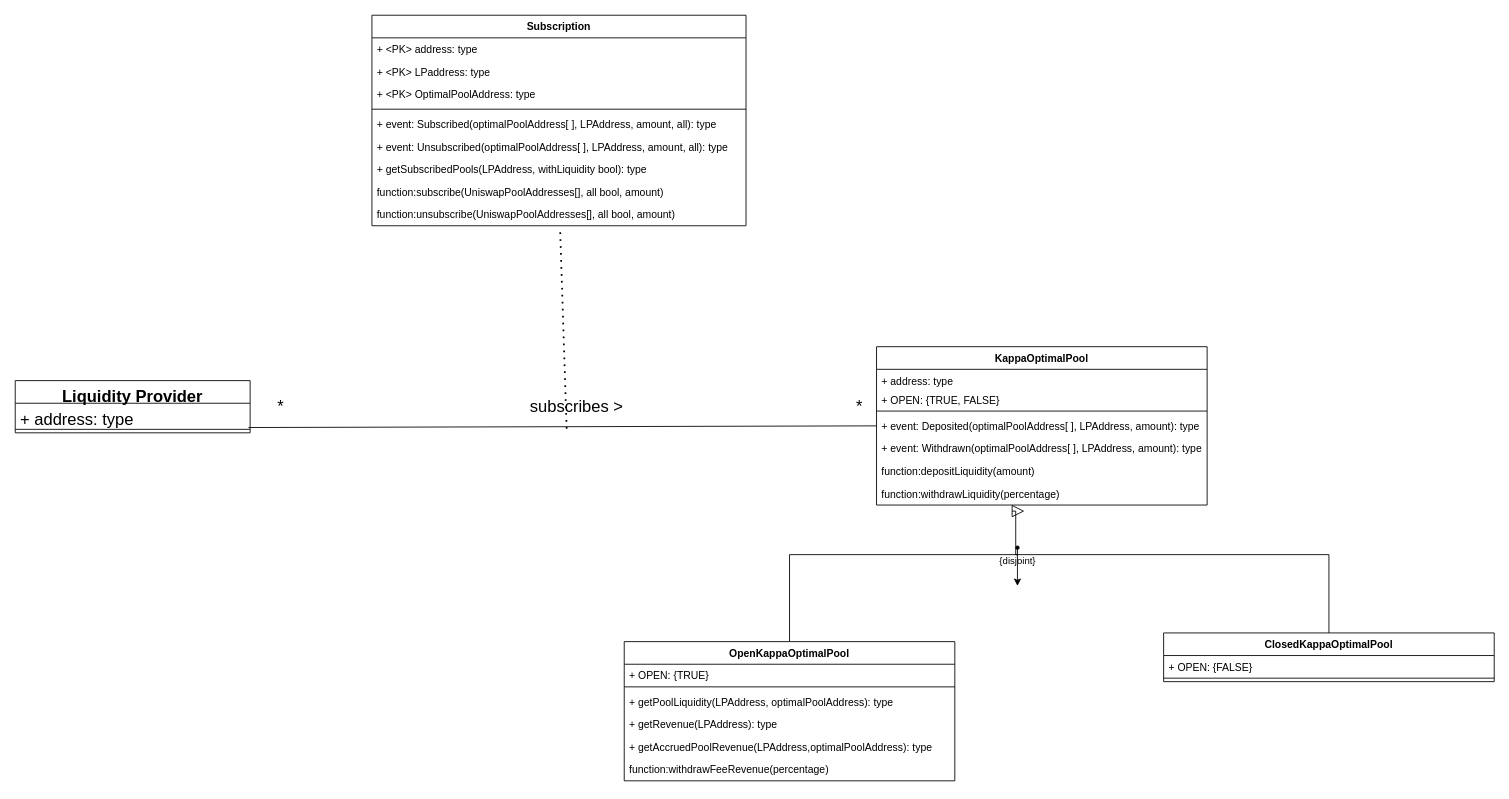
The draw.io diagram docs/behaviorSemantics/diagrams/entityRelationshipDiagrams/liquidityManagement.drawio in JMSBPP/Kappa-AMM-Adaptive-CFMM-with-Oracle-Based-Curvature-Adjustment, before the edit. Source tidied: cells renumbered, new cells numbered last; positions are measured from the earlier drawing's top-left corner, leaving out a move shared by most shapes. Both pictures are drawn from the tidied source at 87%, with x=0, y=0 at pixel (15, 15).
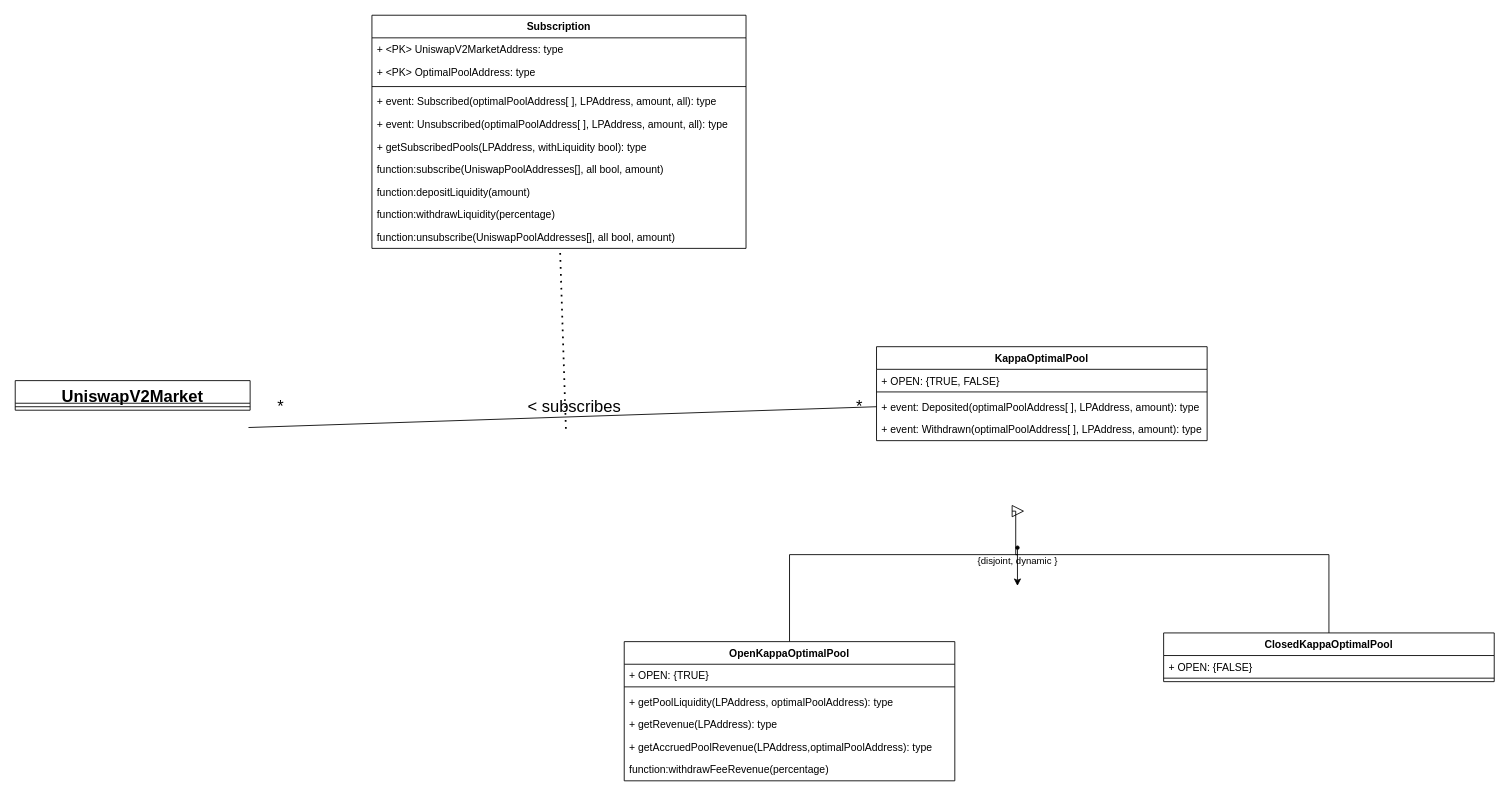
Above is the later version.

Diff of the diagram source:
```diff
@@
     <mxCell id="2" value="KappaOptimalPool" style="swimlane;fontStyle=1;align=center;verticalAlign=top;horizontal=1;startSize=26;" parent="1" vertex="1">
-      <mxGeometry x="990" y="381" width="380" height="182" as="geometry" />
+      <mxGeometry x="990" y="381" width="380" height="108" as="geometry" />
     </mxCell>
-    <mxCell id="3" value="+ address: type" style="text;strokeColor=none;fillColor=none;align=left;verticalAlign=top;spacingLeft=4;spacingRight=4;overflow=hidden;" parent="2" vertex="1">
-      <mxGeometry y="26" width="380" height="22" as="geometry" />
-    </mxCell>
     <mxCell id="4" value="+ OPEN: {TRUE, FALSE}" style="text;strokeColor=none;fillColor=none;align=left;verticalAlign=top;spacingLeft=4;spacingRight=4;overflow=hidden;" parent="2" vertex="1">
-      <mxGeometry y="48" width="380" height="22" as="geometry" />
+      <mxGeometry y="26" width="380" height="22" as="geometry" />
     </mxCell>
     <mxCell id="5" style="line;strokeWidth=1;fillColor=none;align=left;verticalAlign=middle;spacingTop=-1;spacingLeft=3;spacingRight=3;labelPosition=right;strokeColor=inherit;" parent="2" vertex="1">
-      <mxGeometry y="70" width="380" height="8" as="geometry" />
+      <mxGeometry y="48" width="380" height="8" as="geometry" />
     </mxCell>
     <mxCell id="6" value="+ event: Deposited(optimalPoolAddress[ ], LPAddress, amount): type" style="text;strokeColor=none;fillColor=none;align=left;verticalAlign=top;spacingLeft=4;spacingRight=4;overflow=hidden;points=[[0,0.5],[1,0.5]];portConstraint=eastwest;" parent="2" vertex="1">
-      <mxGeometry y="78" width="380" height="26" as="geometry" />
+      <mxGeometry y="56" width="380" height="26" as="geometry" />
     </mxCell>
     <mxCell id="7" value="+ event: Withdrawn(optimalPoolAddress[ ], LPAddress, amount): type" style="text;strokeColor=none;fillColor=none;align=left;verticalAlign=top;spacingLeft=4;spacingRight=4;overflow=hidden;" parent="2" vertex="1">
-      <mxGeometry y="104" width="380" height="26" as="geometry" />
+      <mxGeometry y="82" width="380" height="26" as="geometry" />
     </mxCell>
-    <mxCell id="8" value="function:depositLiquidity(amount)" style="text;strokeColor=none;fillColor=none;align=left;verticalAlign=top;spacingLeft=4;spacingRight=4;overflow=hidden;" parent="2" vertex="1">
-      <mxGeometry y="130" width="380" height="26" as="geometry" />
-    </mxCell>
-    <mxCell id="9" value="function:withdrawLiquidity(percentage)" style="text;strokeColor=none;fillColor=none;align=left;verticalAlign=top;spacingLeft=4;spacingRight=4;overflow=hidden;" parent="2" vertex="1">
-      <mxGeometry y="156" width="380" height="26" as="geometry" />
-    </mxCell>
     <mxCell id="10" value="Subscription&#10;" style="swimlane;fontStyle=1;align=center;verticalAlign=top;horizontal=1;startSize=26;" parent="1" vertex="1">
-      <mxGeometry x="410" width="430" height="242" as="geometry" />
+      <mxGeometry x="410" width="430" height="268" as="geometry" />
     </mxCell>
-    <mxCell id="11" value="+ &lt;PK&gt; address: type" style="text;strokeColor=none;fillColor=none;align=left;verticalAlign=top;spacingLeft=4;spacingRight=4;overflow=hidden;" parent="10" vertex="1">
-      <mxGeometry y="26" width="430" height="26" as="geometry" />
-    </mxCell>
-    <mxCell id="12" value="+ &lt;PK&gt; LPaddress: type" style="text;strokeColor=none;fillColor=none;align=left;verticalAlign=top;spacingLeft=4;spacingRight=4;overflow=hidden;" parent="10" vertex="1">
-      <mxGeometry y="52" width="430" height="26" as="geometry" />
+    <mxCell id="12" value="+ &lt;PK&gt; UniswapV2MarketAddress: type" style="text;strokeColor=none;fillColor=none;align=left;verticalAlign=top;spacingLeft=4;spacingRight=4;overflow=hidden;" parent="10" vertex="1">
+      <mxGeometry y="26" width="430" height="26" as="geometry" />
     </mxCell>
     <mxCell id="13" value="+ &lt;PK&gt; OptimalPoolAddress: type" style="text;strokeColor=none;fillColor=none;align=left;verticalAlign=top;spacingLeft=4;spacingRight=4;overflow=hidden;" parent="10" vertex="1">
-      <mxGeometry y="78" width="430" height="26" as="geometry" />
+      <mxGeometry y="52" width="430" height="26" as="geometry" />
     </mxCell>
     <mxCell id="14" style="line;strokeWidth=1;fillColor=none;align=left;verticalAlign=middle;spacingTop=-1;spacingLeft=3;spacingRight=3;labelPosition=right;strokeColor=inherit;" parent="10" vertex="1">
-      <mxGeometry y="104" width="430" height="8" as="geometry" />
+      <mxGeometry y="78" width="430" height="8" as="geometry" />
     </mxCell>
     <mxCell id="15" value="+ event: Subscribed(optimalPoolAddress[ ], LPAddress, amount, all): type" style="text;strokeColor=none;fillColor=none;align=left;verticalAlign=top;spacingLeft=4;spacingRight=4;overflow=hidden;" parent="10" vertex="1">
-      <mxGeometry y="112" width="430" height="26" as="geometry" />
+      <mxGeometry y="86" width="430" height="26" as="geometry" />
     </mxCell>
     <mxCell id="16" value="+ event: Unsubscribed(optimalPoolAddress[ ], LPAddress, amount, all): type" style="text;strokeColor=none;fillColor=none;align=left;verticalAlign=top;spacingLeft=4;spacingRight=4;overflow=hidden;" parent="10" vertex="1">
-      <mxGeometry y="138" width="430" height="26" as="geometry" />
+      <mxGeometry y="112" width="430" height="26" as="geometry" />
     </mxCell>
     <mxCell id="17" value="+ getSubscribedPools(LPAddress, withLiquidity bool): type" style="text;strokeColor=none;fillColor=none;align=left;verticalAlign=top;spacingLeft=4;spacingRight=4;overflow=hidden;" parent="10" vertex="1">
-      <mxGeometry y="164" width="430" height="26" as="geometry" />
+      <mxGeometry y="138" width="430" height="26" as="geometry" />
     </mxCell>
     <mxCell id="18" value="function:subscribe(UniswapPoolAddresses[], all bool, amount)" style="text;strokeColor=none;fillColor=none;align=left;verticalAlign=top;spacingLeft=4;spacingRight=4;overflow=hidden;" parent="10" vertex="1">
-      <mxGeometry y="190" width="430" height="26" as="geometry" />
+      <mxGeometry y="164" width="430" height="26" as="geometry" />
     </mxCell>
+    <mxCell id="8" value="function:depositLiquidity(amount)" style="text;strokeColor=none;fillColor=none;align=left;verticalAlign=top;spacingLeft=4;spacingRight=4;overflow=hidden;" parent="10" vertex="1">
+      <mxGeometry y="190" width="430" height="26" as="geometry" />
+    </mxCell>
+    <mxCell id="9" value="function:withdrawLiquidity(percentage)" style="text;strokeColor=none;fillColor=none;align=left;verticalAlign=top;spacingLeft=4;spacingRight=4;overflow=hidden;" parent="10" vertex="1">
+      <mxGeometry y="216" width="430" height="26" as="geometry" />
+    </mxCell>
     <mxCell id="19" value="function:unsubscribe(UniswapPoolAddresses[], all bool, amount)" style="text;strokeColor=none;fillColor=none;align=left;verticalAlign=top;spacingLeft=4;spacingRight=4;overflow=hidden;points=[[0,0.5],[1,0.5]];portConstraint=eastwest;" parent="10" vertex="1">
-      <mxGeometry y="216" width="430" height="26" as="geometry" />
+      <mxGeometry y="242" width="430" height="26" as="geometry" />
     </mxCell>
@@
-    <mxCell id="21" value="{disjoint}" style="ellipse;html=1;fillColor=strokeColor;labelPosition=center;align=center;fontFamily=Helvetica;fontSize=11;fontColor=default;verticalAlign=top;verticalLabelPosition=bottom;" parent="1" vertex="1">
+    <mxCell id="21" value="{disjoint, dynamic }" style="ellipse;html=1;fillColor=strokeColor;labelPosition=center;align=center;fontFamily=Helvetica;fontSize=11;fontColor=default;verticalAlign=top;verticalLabelPosition=bottom;" parent="1" vertex="1">
       <mxGeometry x="1150" y="610" width="4" height="4" as="geometry" />
     </mxCell>
@@
-    <mxCell id="35" style="endArrow=none;html=1;fontSize=19;entryX=0;entryY=0.5;entryDx=0;entryDy=0;exitX=0.993;exitY=1.074;exitDx=0;exitDy=0;exitPerimeter=0;" parent="1" edge="1" source="40" target="6">
-      <mxGeometry relative="1" as="geometry" />
+    <mxCell id="35" style="endArrow=none;html=1;fontSize=19;entryX=0;entryY=0.5;entryDx=0;entryDy=0;exitX=0.993;exitY=1.074;exitDx=0;exitDy=0;exitPerimeter=0;" parent="1" edge="1" target="6">
+      <mxGeometry relative="1" as="geometry">
+        <mxPoint x="268.1" y="473.9" as="sourcePoint" />
+      </mxGeometry>
     </mxCell>
-    <mxCell id="36" value="subscribes &amp;gt;" style="text;html=1;align=center;verticalAlign=middle;points=[];strokeColor=none;fillColor=none;fontSize=19;" parent="1" vertex="1">
-      <mxGeometry x="580" y="430" width="130" height="40" as="geometry" />
+    <mxCell id="36" value="&amp;lt; subscribes&amp;nbsp;" style="text;html=1;align=center;verticalAlign=middle;points=[];strokeColor=none;fillColor=none;fontSize=19;" parent="1" vertex="1">
+      <mxGeometry x="575" y="430" width="140" height="40" as="geometry" />
     </mxCell>
@@
-    <mxCell id="39" value="Liquidity Provider" style="swimlane;fontStyle=1;align=center;verticalAlign=top;horizontal=1;startSize=26;fontSize=19;" parent="1" vertex="1">
-      <mxGeometry y="420" width="270" height="60" as="geometry" />
+    <mxCell id="39" value="UniswapV2Market" style="swimlane;fontStyle=1;align=center;verticalAlign=top;horizontal=1;startSize=26;fontSize=19;" parent="1" vertex="1">
+      <mxGeometry y="420" width="270" height="34" as="geometry" />
     </mxCell>
-    <mxCell id="40" value="+ address: type" style="text;strokeColor=none;fillColor=none;align=left;verticalAlign=top;spacingLeft=4;spacingRight=4;overflow=hidden;points=[[0,0.5],[1,0.5]];portConstraint=eastwest;fontSize=19;" parent="39" vertex="1">
-      <mxGeometry y="26" width="270" height="26" as="geometry" />
-    </mxCell>
     <mxCell id="41" style="line;strokeWidth=1;fillColor=none;align=left;verticalAlign=middle;spacingTop=-1;spacingLeft=3;spacingRight=3;labelPosition=right;strokeColor=inherit;fontSize=19;" parent="39" vertex="1">
-      <mxGeometry y="52" width="270" height="8" as="geometry" />
+      <mxGeometry y="26" width="270" height="8" as="geometry" />
     </mxCell>
```
